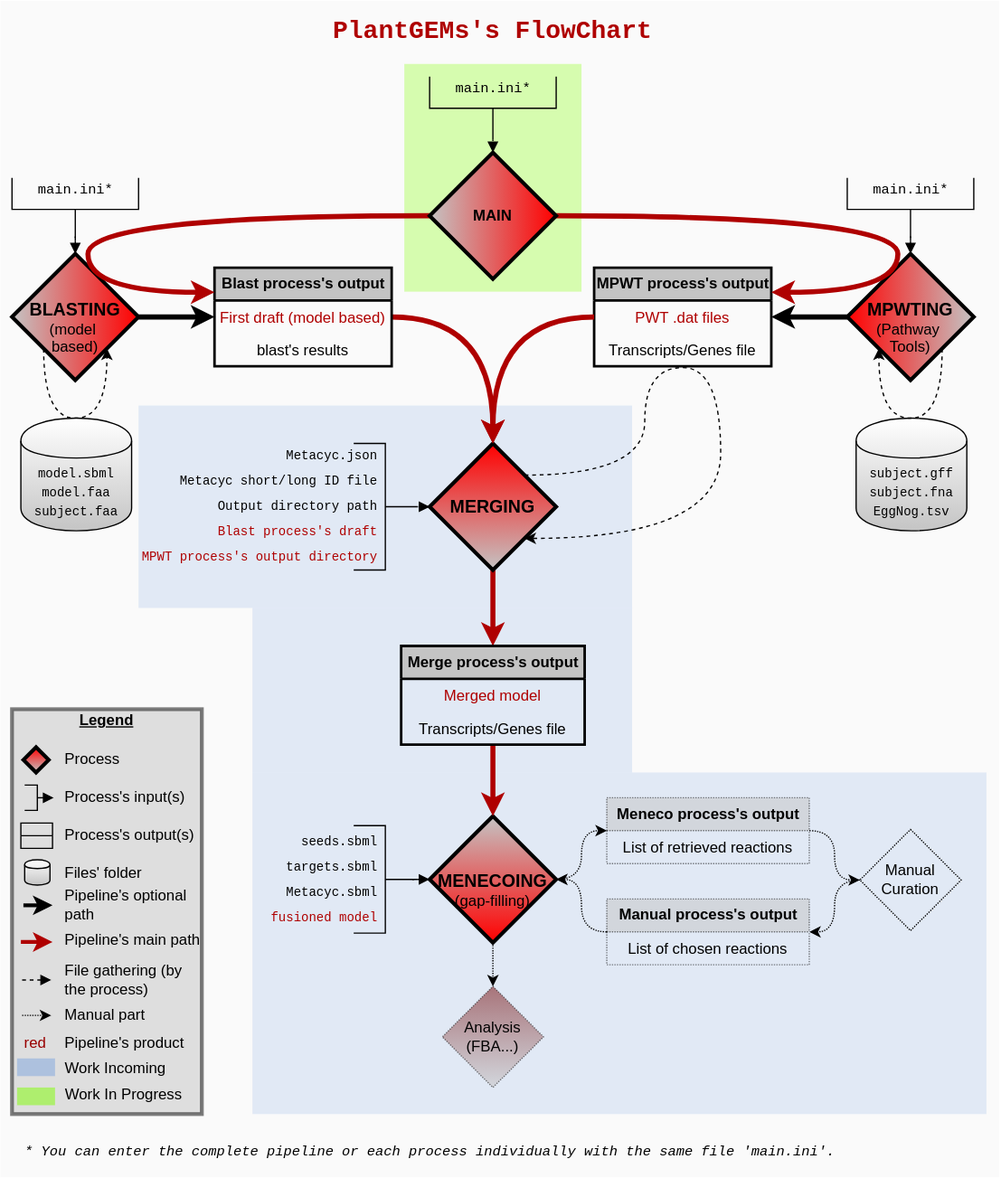
The draw.io diagram Flowchart_PlantGEMs.drawio.svg in AsaLap/PlantGEMs, before a commit. Source tidied: cells renumbered, new cells last; positions are measured from the earlier drawing's top-left corner, leaving out a move shared by most shapes.
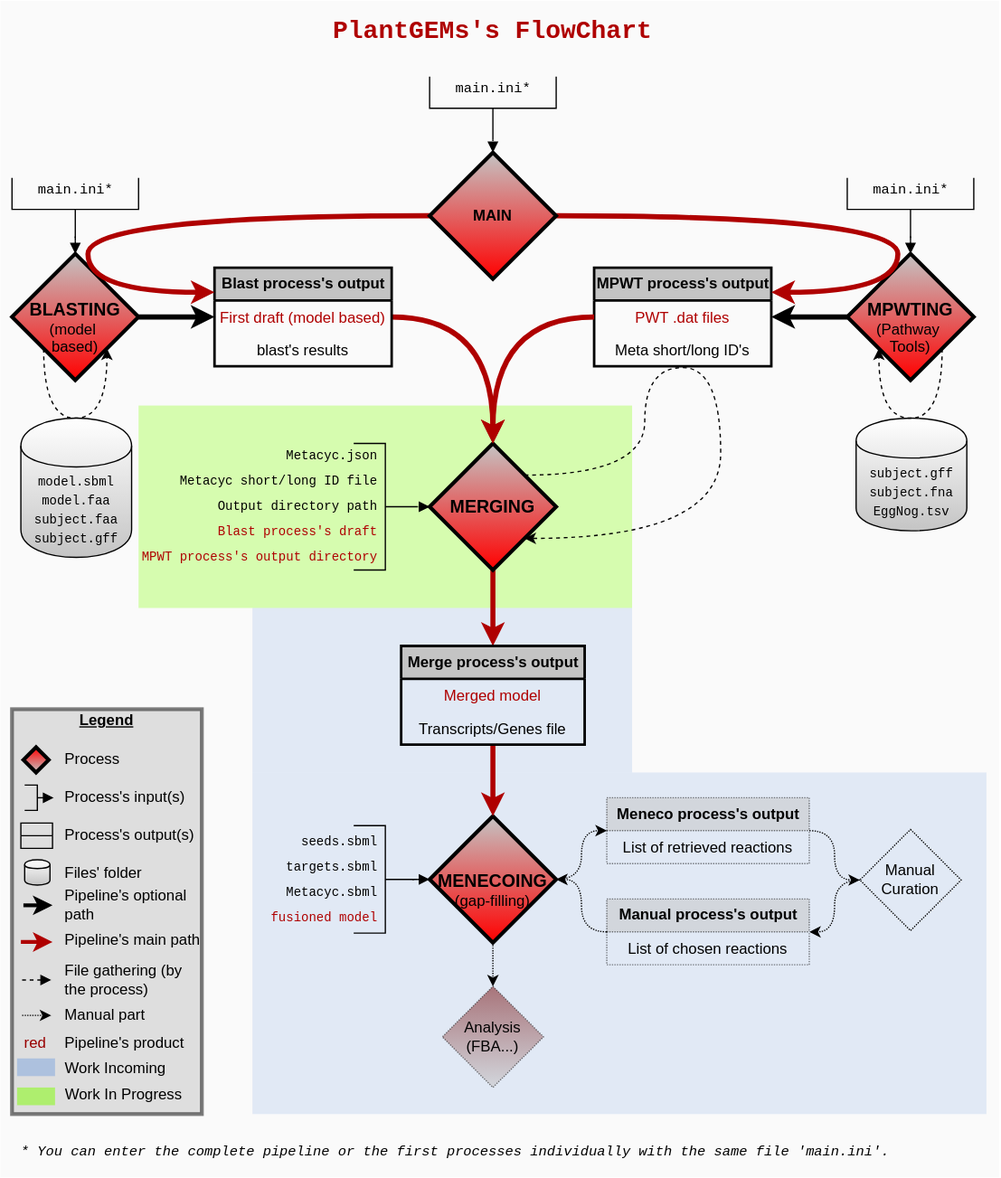
The same diagram one commit later.

What changed in the source:
```diff
@@ -6,11 +6,8 @@
       <mxGeometry x="-0.2" width="789.2" height="930" as="geometry" />
     </mxCell>
     <mxCell id="3" style="rounded=0;whiteSpace=wrap;html=1;fillColor=#80FF00;shadow=0;opacity=30;strokeColor=none;" parent="1" vertex="1">
-      <mxGeometry x="319" y="50" width="140" height="180" as="geometry" />
+      <mxGeometry x="109" y="320" width="390" height="160" as="geometry" />
     </mxCell>
-    <mxCell id="4" style="rounded=0;whiteSpace=wrap;html=1;fillColor=#7EA6E0;shadow=0;opacity=20;strokeColor=none;" parent="1" vertex="1">
-      <mxGeometry x="109" y="320" width="390" height="160" as="geometry" />
-    </mxCell>
     <mxCell id="5" style="rounded=0;whiteSpace=wrap;html=1;fillColor=#7EA6E0;shadow=0;opacity=20;strokeColor=none;" parent="1" vertex="1">
       <mxGeometry x="199" y="480" width="300" height="130" as="geometry" />
     </mxCell>
@@ -33,19 +30,19 @@
         </Array>
       </mxGeometry>
     </mxCell>
-    <mxCell id="10" value="&lt;b&gt;&lt;font style=&quot;font-size: 14px&quot;&gt;&lt;br&gt;BLASTING&lt;/font&gt;&lt;/b&gt;&lt;br&gt;&lt;font style=&quot;font-size: 12px&quot;&gt;(model&amp;nbsp;&lt;br&gt;based)&lt;/font&gt;" style="rhombus;labelBorderColor=none;labelBackgroundColor=none;whiteSpace=wrap;html=1;strokeWidth=3;gradientDirection=west;gradientColor=#C4C4C4;fillColor=#FF0000;" parent="1" vertex="1">
+    <mxCell id="10" value="&lt;b&gt;&lt;font style=&quot;font-size: 14px&quot;&gt;&lt;br&gt;BLASTING&lt;/font&gt;&lt;/b&gt;&lt;br&gt;&lt;font style=&quot;font-size: 12px&quot;&gt;(model&amp;nbsp;&lt;br&gt;based)&lt;/font&gt;" style="rhombus;labelBorderColor=none;labelBackgroundColor=none;whiteSpace=wrap;html=1;strokeWidth=3;gradientDirection=north;fillColor=#FF0000;gradientColor=#C4C4C4;" parent="1" vertex="1">
       <mxGeometry x="9" y="200" width="100" height="100" as="geometry" />
     </mxCell>
     <mxCell id="11" style="edgeStyle=orthogonalEdgeStyle;curved=1;jettySize=auto;html=1;entryX=1;entryY=0.5;entryDx=0;entryDy=0;startArrow=none;startFill=0;fontColor=#6F0000;strokeWidth=4;" parent="1" edge="1" source="12" target="31">
       <mxGeometry relative="1" as="geometry" />
     </mxCell>
-    <mxCell id="12" value="&lt;b&gt;&lt;font style=&quot;font-size: 14px&quot;&gt;&lt;br&gt;MPWTING&lt;/font&gt;&lt;/b&gt;&lt;br&gt;(Pathway&amp;nbsp;&lt;br&gt;Tools)" style="rhombus;whiteSpace=wrap;html=1;strokeWidth=3;gradientDirection=east;fillColor=#FF0000;gradientColor=#C4C4C4;" parent="1" vertex="1">
+    <mxCell id="12" value="&lt;b&gt;&lt;font style=&quot;font-size: 14px&quot;&gt;&lt;br&gt;MPWTING&lt;/font&gt;&lt;/b&gt;&lt;br&gt;(Pathway&amp;nbsp;&lt;br&gt;Tools)" style="rhombus;whiteSpace=wrap;html=1;strokeWidth=3;gradientDirection=north;fillColor=#FF0000;gradientColor=#C4C4C4;" parent="1" vertex="1">
       <mxGeometry x="669" y="200" width="100" height="100" as="geometry" />
     </mxCell>
     <mxCell id="13" style="edgeStyle=orthogonalEdgeStyle;curved=1;jettySize=auto;html=1;entryX=0.5;entryY=0;entryDx=0;entryDy=0;startArrow=none;startFill=0;fontColor=#6F0000;strokeWidth=4;strokeColor=#AF0000;" parent="1" edge="1" source="14" target="59">
       <mxGeometry relative="1" as="geometry" />
     </mxCell>
-    <mxCell id="14" value="&lt;b&gt;&lt;font style=&quot;font-size: 14px&quot;&gt;MERGING&lt;/font&gt;&lt;/b&gt;" style="rhombus;whiteSpace=wrap;html=1;strokeWidth=3;fillColor=#FF0000;gradientColor=#C4C4C4;" parent="1" vertex="1">
+    <mxCell id="14" value="&lt;b&gt;&lt;font style=&quot;font-size: 14px&quot;&gt;MERGING&lt;/font&gt;&lt;/b&gt;" style="rhombus;whiteSpace=wrap;html=1;strokeWidth=3;fillColor=#FF0000;gradientColor=#C4C4C4;gradientDirection=north;" parent="1" vertex="1">
       <mxGeometry x="339" y="350" width="100" height="100" as="geometry" />
     </mxCell>
     <mxCell id="15" style="edgeStyle=orthogonalEdgeStyle;curved=1;jettySize=auto;html=1;exitX=0.5;exitY=1;exitDx=0;exitDy=0;startArrow=none;startFill=0;fontColor=#FFFFFF;dashed=1;dashPattern=1 1;entryX=0.5;entryY=0;entryDx=0;entryDy=0;" parent="1" edge="1" source="17" target="34">
@@ -99,7 +96,7 @@
     <mxCell id="31" value="PWT .dat files" style="text;strokeColor=none;fillColor=none;align=center;verticalAlign=top;spacingLeft=4;spacingRight=4;overflow=hidden;points=[[0,0.5],[1,0.5]];portConstraint=eastwest;fontColor=#AF0000;" parent="30" vertex="1">
       <mxGeometry y="26" width="140" height="26" as="geometry" />
     </mxCell>
-    <mxCell id="32" value="Transcripts/Genes file" style="text;strokeColor=none;fillColor=none;align=center;verticalAlign=top;spacingLeft=4;spacingRight=4;overflow=hidden;" parent="30" vertex="1">
+    <mxCell id="32" value="Meta short/long ID's" style="text;strokeColor=none;fillColor=none;align=center;verticalAlign=top;spacingLeft=4;spacingRight=4;overflow=hidden;" parent="30" vertex="1">
       <mxGeometry y="52" width="140" height="26" as="geometry" />
     </mxCell>
     <mxCell id="33" style="edgeStyle=orthogonalEdgeStyle;curved=1;jettySize=auto;html=1;entryX=0.5;entryY=0;entryDx=0;entryDy=0;startArrow=none;startFill=0;fillColor=#a20025;strokeWidth=4;fontColor=#AF0000;strokeColor=#AF0000;" parent="1" edge="1" source="59" target="17">
@@ -111,8 +108,8 @@
     <mxCell id="35" value="main.ini*" style="text;html=1;align=center;verticalAlign=middle;fontFamily=Courier New;fontSize=11;" parent="1" vertex="1">
       <mxGeometry x="24" y="140" width="70" height="20" as="geometry" />
     </mxCell>
-    <mxCell id="36" value="&lt;font style=&quot;font-size: 10px&quot; face=&quot;Courier New&quot;&gt;model.sbml&lt;br&gt;model.faa&lt;br&gt;subject.faa&lt;/font&gt;" style="shape=cylinder;html=1;boundedLbl=1;backgroundOutline=1;align=center;labelBackgroundColor=none;labelBorderColor=none;whiteSpace=wrap;fillColor=#C4C4C4;gradientColor=#ffffff;gradientDirection=north;" parent="1" vertex="1">
-      <mxGeometry x="16" y="330" width="87.5" height="89" as="geometry" />
+    <mxCell id="36" value="&lt;font style=&quot;font-size: 10px&quot; face=&quot;Courier New&quot;&gt;model.sbml&lt;br&gt;model.faa&lt;br&gt;subject.faa&lt;br&gt;subject.gff&lt;br&gt;&lt;/font&gt;" style="shape=cylinder;html=1;boundedLbl=1;backgroundOutline=1;align=center;labelBackgroundColor=none;labelBorderColor=none;whiteSpace=wrap;fillColor=#C4C4C4;gradientColor=#ffffff;gradientDirection=north;" parent="1" vertex="1">
+      <mxGeometry x="16" y="330" width="87.5" height="110" as="geometry" />
     </mxCell>
     <mxCell id="37" value="main.ini*" style="text;html=1;align=center;verticalAlign=middle;fontFamily=Courier New;fontSize=11;" parent="1" vertex="1">
       <mxGeometry x="684" y="140" width="70" height="20" as="geometry" />
@@ -294,7 +291,7 @@
         </Array>
       </mxGeometry>
     </mxCell>
-    <mxCell id="84" value="&lt;b&gt;MAIN&lt;/b&gt;" style="rhombus;labelBorderColor=none;labelBackgroundColor=none;whiteSpace=wrap;html=1;strokeWidth=3;gradientDirection=west;gradientColor=#C4C4C4;fillColor=#FF0000;" parent="1" vertex="1">
+    <mxCell id="84" value="&lt;b&gt;MAIN&lt;/b&gt;" style="rhombus;labelBorderColor=none;labelBackgroundColor=none;whiteSpace=wrap;html=1;strokeWidth=3;gradientDirection=north;gradientColor=#C4C4C4;fillColor=#FF0000;" parent="1" vertex="1">
       <mxGeometry x="339" y="120" width="100" height="100" as="geometry" />
     </mxCell>
     <mxCell id="85" style="edgeStyle=orthogonalEdgeStyle;curved=1;jettySize=auto;html=1;exitX=0;exitY=0.5;exitDx=0;exitDy=0;exitPerimeter=0;dashed=1;dashPattern=1 4;startArrow=none;startFill=0;endArrow=block;endFill=1;fontColor=#FFFFFF;" parent="1" edge="1" source="86">
@@ -320,8 +317,8 @@
     <mxCell id="91" value="Work In Progress" style="text;html=1;strokeColor=none;fillColor=none;align=center;verticalAlign=middle;whiteSpace=wrap;rounded=0;shadow=0;opacity=80;" parent="1" vertex="1">
       <mxGeometry x="46" y="850" width="103" height="30" as="geometry" />
     </mxCell>
-    <mxCell id="92" value="&lt;div align=&quot;left&quot;&gt;&lt;i&gt;* You can enter the complete pipeline or each process individually with the same file 'main.ini'.&lt;/i&gt;&lt;/div&gt;" style="text;html=1;align=center;verticalAlign=middle;fontFamily=Courier New;fontSize=11;" parent="1" vertex="1">
-      <mxGeometry x="9" y="900" width="660" height="20" as="geometry" />
+    <mxCell id="92" value="&lt;div align=&quot;left&quot;&gt;&lt;i&gt;* You can enter the complete pipeline or the first processes individually with the same file 'main.ini'.&lt;/i&gt;&lt;/div&gt;" style="text;html=1;align=center;verticalAlign=middle;fontFamily=Courier New;fontSize=11;" parent="1" vertex="1">
+      <mxGeometry x="9" y="900" width="700" height="20" as="geometry" />
     </mxCell>
   </root>
 </mxGraphModel>
```
